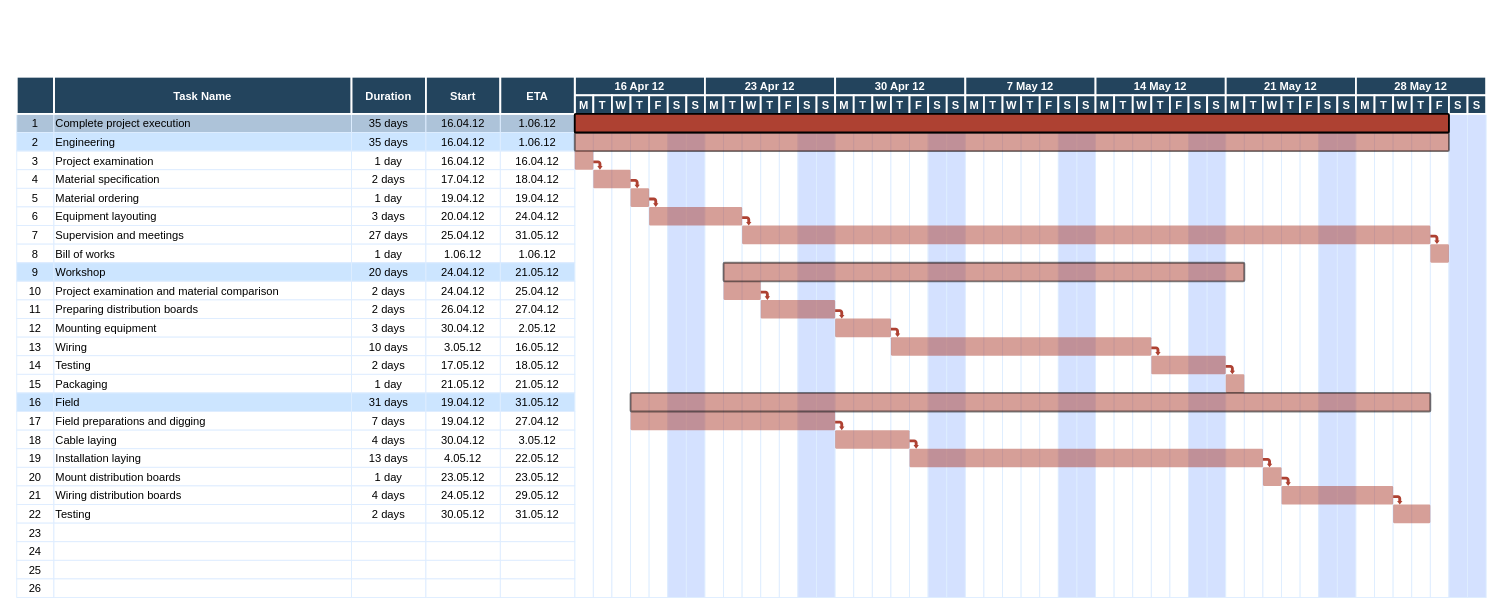
This is documents/gantt.drawio from joshdonais/WordPuzzle328, a draw.io file, before an edit. Source tidied: cells renumbered, new cells numbered last; positions are measured from the earlier drawing's top-left corner, leaving out a move shared by most shapes. Both pictures are drawn from the tidied source at 93%, with x=0, y=0 at pixel (16, 76).
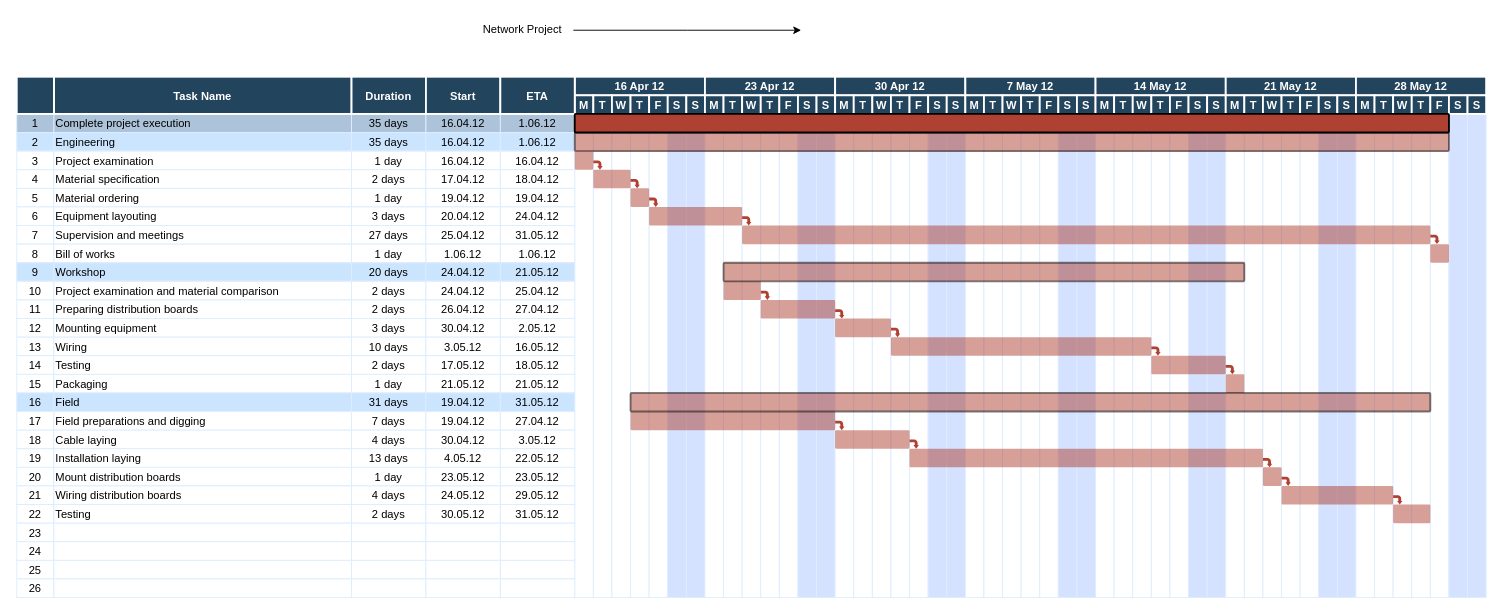
The same diagram, later.

What changed in the source:
```diff
@@
+    <mxCell id="279" style="edgeStyle=orthogonalEdgeStyle;rounded=0;jettySize=auto;html=1;" parent="1" edge="1" source="280">
+      <mxGeometry relative="1" as="geometry">
+        <mxPoint x="844" y="-50" as="targetPoint" />
+      </mxGeometry>
+    </mxCell>
+    <mxCell id="280" value="Network Project" style="text;html=1;align=center;verticalAlign=middle;points=[];strokeColor=none;fillColor=none;" parent="1" vertex="1">
+      <mxGeometry x="489" y="-65" width="110" height="30" as="geometry" />
+    </mxCell>
```
